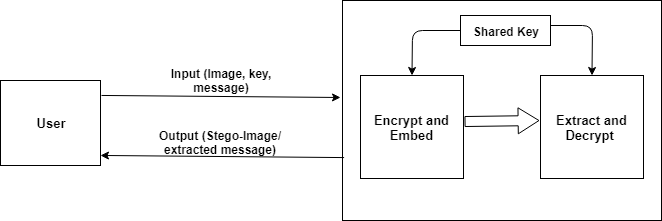
Earlier version of the draw.io export Documentation/System Diagram.png (SupriyaAmatya/ImageSteganography). Source tidied: cells renumbered, new cells last; positions are measured from the earlier drawing's top-left corner, leaving out a move shared by most shapes.
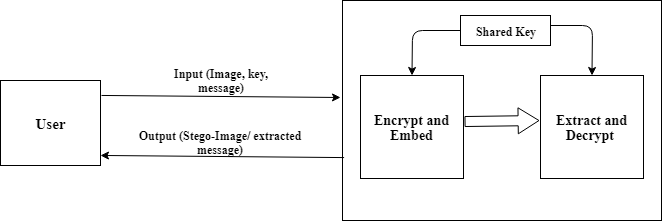
The same file after the commit.

The edit, as a diff of the source:
```diff
@@ -2,49 +2,49 @@
   <root>
     <mxCell id="0" />
     <mxCell id="1" parent="0" />
-    <mxCell id="2" value="&lt;font style=&quot;font-size: 13px&quot;&gt;User&lt;/font&gt;" style="rounded=0;whiteSpace=wrap;html=1;fontStyle=1;" parent="1" vertex="1">
+    <mxCell id="2" value="&lt;font style=&quot;font-size: 15px&quot;&gt;User&lt;/font&gt;" style="rounded=0;whiteSpace=wrap;html=1;fontStyle=1;fontFamily=Times New Roman;" parent="1" vertex="1">
       <mxGeometry y="80" width="100" height="85" as="geometry" />
     </mxCell>
-    <mxCell id="3" style="rounded=0;whiteSpace=wrap;html=1;labelPosition=center;verticalLabelPosition=bottom;align=center;verticalAlign=top;" parent="1" vertex="1">
+    <mxCell id="3" style="rounded=0;whiteSpace=wrap;html=1;labelPosition=center;verticalLabelPosition=bottom;align=center;verticalAlign=top;fontFamily=Times New Roman;" parent="1" vertex="1">
       <mxGeometry x="342" width="319" height="220" as="geometry" />
     </mxCell>
-    <mxCell id="4" value="Input (Image, key, message)" style="text;html=1;strokeColor=none;fillColor=none;align=center;verticalAlign=middle;whiteSpace=wrap;rounded=0;fontStyle=1;" parent="1" vertex="1">
+    <mxCell id="4" value="Input (Image, key, message)" style="text;html=1;strokeColor=none;fillColor=none;align=center;verticalAlign=middle;whiteSpace=wrap;rounded=0;fontStyle=1;fontFamily=Times New Roman;" parent="1" vertex="1">
       <mxGeometry x="151" y="62.5" width="140" height="35" as="geometry" />
     </mxCell>
-    <mxCell id="5" style="endArrow=classic;html=1;fontSize=13;exitX=0.005;exitY=0.714;exitDx=0;exitDy=0;exitPerimeter=0;entryX=1;entryY=0.882;entryDx=0;entryDy=0;entryPerimeter=0;" parent="1" edge="1" source="3" target="2">
+    <mxCell id="5" style="endArrow=classic;html=1;fontSize=13;exitX=0.005;exitY=0.714;exitDx=0;exitDy=0;exitPerimeter=0;entryX=1;entryY=0.882;entryDx=0;entryDy=0;entryPerimeter=0;fontFamily=Times New Roman;" parent="1" edge="1" source="3" target="2">
       <mxGeometry relative="1" as="geometry" />
     </mxCell>
-    <mxCell id="6" value="Output (Stego-Image/ extracted message)" style="text;html=1;strokeColor=none;fillColor=none;align=center;verticalAlign=middle;whiteSpace=wrap;rounded=0;fontStyle=1;" parent="1" vertex="1">
+    <mxCell id="6" value="Output (Stego-Image/ extracted message)" style="text;html=1;strokeColor=none;fillColor=none;align=center;verticalAlign=middle;whiteSpace=wrap;rounded=0;fontStyle=1;fontFamily=Times New Roman;" parent="1" vertex="1">
       <mxGeometry x="130" y="132" width="180" height="20" as="geometry" />
     </mxCell>
-    <mxCell id="7" style="endArrow=classic;html=1;fontSize=13;exitX=1.01;exitY=0.176;exitDx=0;exitDy=0;exitPerimeter=0;" parent="1" edge="1" source="2">
+    <mxCell id="7" style="endArrow=classic;html=1;fontSize=13;exitX=1.01;exitY=0.176;exitDx=0;exitDy=0;exitPerimeter=0;fontFamily=Times New Roman;" parent="1" edge="1" source="2">
       <mxGeometry relative="1" as="geometry">
         <mxPoint x="340" y="97" as="targetPoint" />
       </mxGeometry>
     </mxCell>
-    <mxCell id="8" style="group;fontStyle=0;" parent="1" vertex="1">
+    <mxCell id="8" style="group;fontStyle=0;fontFamily=Times New Roman;" parent="1" vertex="1">
       <mxGeometry x="360" y="15" width="283" height="163" as="geometry" />
     </mxCell>
-    <mxCell id="9" value="Encrypt and Embed" style="whiteSpace=wrap;html=1;fontSize=13;fontStyle=1;" parent="8" vertex="1">
+    <mxCell id="9" value="&lt;font style=&quot;font-size: 14px&quot;&gt;Encrypt and Embed&lt;/font&gt;" style="whiteSpace=wrap;html=1;fontSize=13;fontStyle=1;fontFamily=Times New Roman;" parent="8" vertex="1">
       <mxGeometry y="60" width="103" height="103" as="geometry" />
     </mxCell>
-    <mxCell id="10" value="Extract and Decrypt&amp;nbsp;" style="whiteSpace=wrap;html=1;fontSize=13;fontStyle=1;" parent="8" vertex="1">
+    <mxCell id="10" value="&lt;font style=&quot;font-size: 14px&quot;&gt;Extract and Decrypt&amp;nbsp;&lt;/font&gt;" style="whiteSpace=wrap;html=1;fontSize=13;fontStyle=1;fontFamily=Times New Roman;" parent="8" vertex="1">
       <mxGeometry x="180" y="60" width="103" height="103" as="geometry" />
     </mxCell>
-    <mxCell id="11" style="shape=flexArrow;endArrow=classic;html=1;fontSize=13;entryX=-0.01;entryY=0.437;entryDx=0;entryDy=0;exitX=1.01;exitY=0.447;exitDx=0;exitDy=0;exitPerimeter=0;entryPerimeter=0;width=10;endSize=6.61;endWidth=15;" parent="8" edge="1" source="9" target="10">
+    <mxCell id="11" style="shape=flexArrow;endArrow=classic;html=1;fontSize=13;entryX=-0.01;entryY=0.437;entryDx=0;entryDy=0;exitX=1.01;exitY=0.447;exitDx=0;exitDy=0;exitPerimeter=0;entryPerimeter=0;width=10;endSize=6.61;endWidth=15;fontFamily=Times New Roman;" parent="8" edge="1" source="9" target="10">
       <mxGeometry relative="1" as="geometry" />
     </mxCell>
-    <mxCell id="12" value="&lt;span&gt;&lt;font style=&quot;font-size: 12px&quot;&gt;Shared Key&lt;/font&gt;&lt;/span&gt;" style="rounded=0;whiteSpace=wrap;html=1;fontSize=13;fontStyle=1;" parent="8" vertex="1">
+    <mxCell id="12" value="&lt;span&gt;&lt;font style=&quot;font-size: 12px&quot;&gt;Shared Key&lt;/font&gt;&lt;/span&gt;" style="rounded=0;whiteSpace=wrap;html=1;fontSize=13;fontStyle=1;fontFamily=Times New Roman;" parent="8" vertex="1">
       <mxGeometry x="100" width="90" height="30" as="geometry" />
     </mxCell>
-    <mxCell id="13" style="endArrow=classic;html=1;fontSize=13;entryX=0.5;entryY=0;entryDx=0;entryDy=0;exitX=0;exitY=0.5;exitDx=0;exitDy=0;" parent="8" edge="1" source="12" target="9">
+    <mxCell id="13" style="endArrow=classic;html=1;fontSize=13;entryX=0.5;entryY=0;entryDx=0;entryDy=0;exitX=0;exitY=0.5;exitDx=0;exitDy=0;fontFamily=Times New Roman;" parent="8" edge="1" source="12" target="9">
       <mxGeometry relative="1" as="geometry">
         <Array as="points">
           <mxPoint x="52" y="15" />
         </Array>
       </mxGeometry>
     </mxCell>
-    <mxCell id="14" style="endArrow=classic;html=1;fontSize=13;entryX=0.5;entryY=0;entryDx=0;entryDy=0;" parent="8" edge="1" target="10">
+    <mxCell id="14" style="endArrow=classic;html=1;fontSize=13;entryX=0.5;entryY=0;entryDx=0;entryDy=0;fontFamily=Times New Roman;" parent="8" edge="1" target="10">
       <mxGeometry relative="1" as="geometry">
         <mxPoint x="190" y="10" as="sourcePoint" />
         <Array as="points">
```
